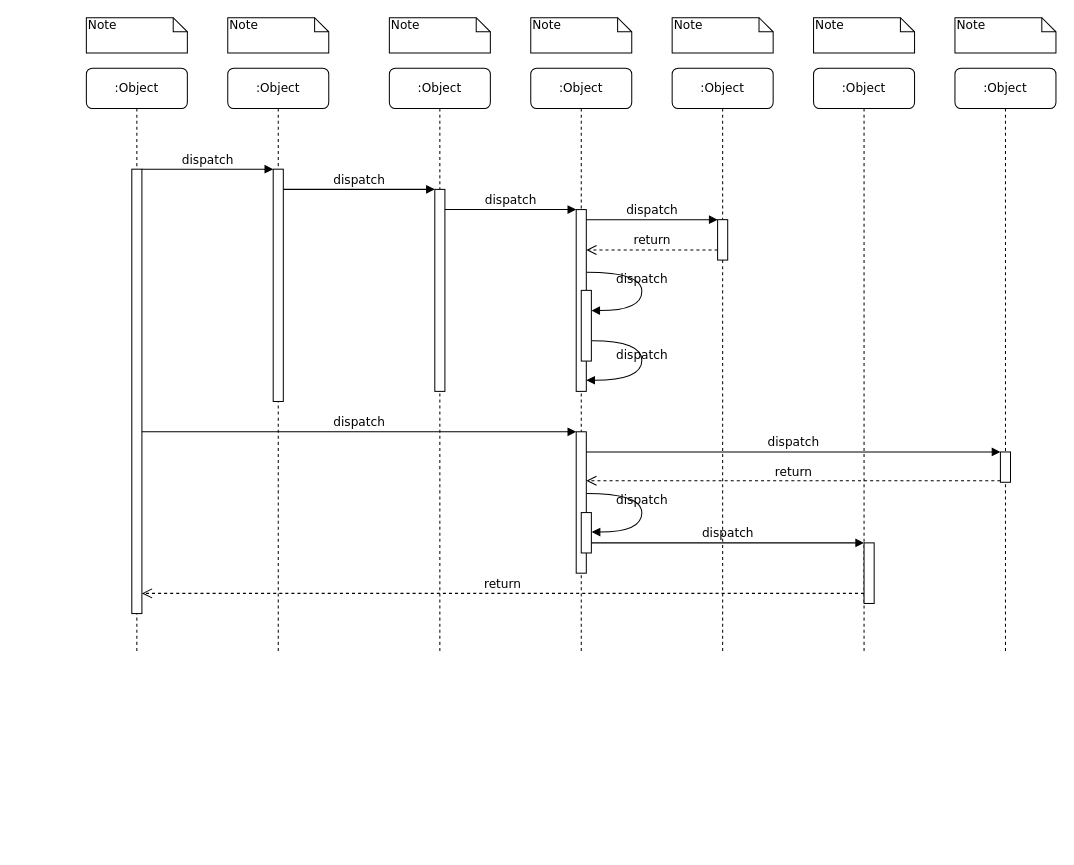
This is 中文在线机审时序图.drawio from FataliBud/draw.io, a draw.io file, before an edit. Source tidied: cells renumbered, new cells numbered last; positions are measured from the earlier drawing's top-left corner, leaving out a move shared by most shapes. Both pictures are drawn from the tidied source at 101%, with x=0, y=0 at pixel (86, 17).
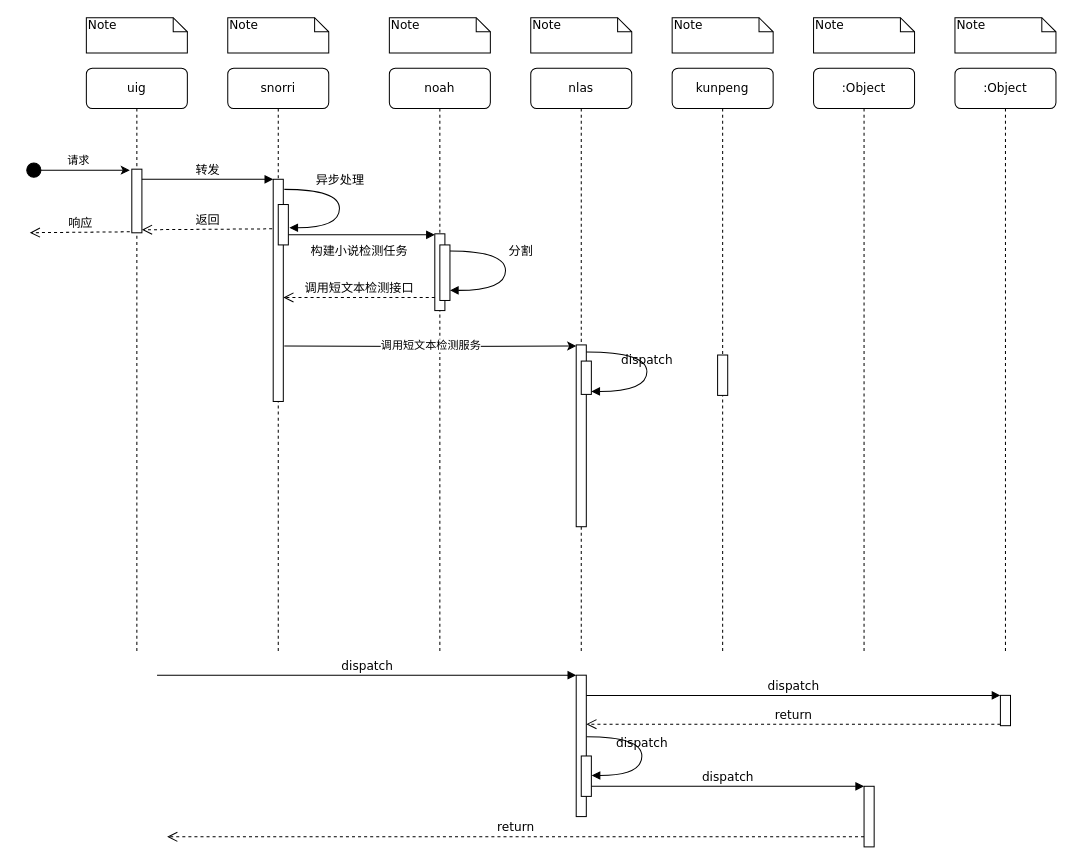
The same diagram, later.

Commit message (it also covers changes not shown here):
Update 中文在线机审时序图.drawio

Change to the diagram source:
```diff
@@
-    <mxCell id="2" value=":Object" style="shape=umlLifeline;perimeter=lifelinePerimeter;whiteSpace=wrap;html=1;rounded=1;shadow=0;comic=0;labelBackgroundColor=none;strokeWidth=1;fontFamily=Verdana;fontSize=12;align=center;" parent="1" vertex="1">
+    <mxCell id="2" value="snorri" style="shape=umlLifeline;perimeter=lifelinePerimeter;whiteSpace=wrap;html=1;rounded=1;shadow=0;comic=0;labelBackgroundColor=none;strokeWidth=1;fontFamily=Verdana;fontSize=12;align=center;" parent="1" vertex="1">
       <mxGeometry x="140" y="50" width="100" height="580" as="geometry" />
     </mxCell>
     <mxCell id="3" style="html=1;points=[];perimeter=orthogonalPerimeter;rounded=0;shadow=0;comic=0;labelBackgroundColor=none;strokeWidth=1;fontFamily=Verdana;fontSize=12;align=center;" parent="2" vertex="1">
-      <mxGeometry x="45" y="100" width="10" height="230" as="geometry" />
+      <mxGeometry x="45" y="110" width="10" height="220" as="geometry" />
     </mxCell>
-    <mxCell id="4" value=":Object" style="shape=umlLifeline;perimeter=lifelinePerimeter;whiteSpace=wrap;html=1;rounded=1;shadow=0;comic=0;labelBackgroundColor=none;strokeWidth=1;fontFamily=Verdana;fontSize=12;align=center;" parent="1" vertex="1">
+    <mxCell id="4" value="noah" style="shape=umlLifeline;perimeter=lifelinePerimeter;whiteSpace=wrap;html=1;rounded=1;shadow=0;comic=0;labelBackgroundColor=none;strokeWidth=1;fontFamily=Verdana;fontSize=12;align=center;" parent="1" vertex="1">
       <mxGeometry x="300" y="50" width="100" height="580" as="geometry" />
     </mxCell>
     <mxCell id="5" style="html=1;points=[];perimeter=orthogonalPerimeter;rounded=0;shadow=0;comic=0;labelBackgroundColor=none;strokeWidth=1;fontFamily=Verdana;fontSize=12;align=center;" parent="4" vertex="1">
-      <mxGeometry x="45" y="120" width="10" height="200" as="geometry" />
+      <mxGeometry x="45" y="164" width="10" height="76" as="geometry" />
     </mxCell>
-    <mxCell id="6" value=":Object" style="shape=umlLifeline;perimeter=lifelinePerimeter;whiteSpace=wrap;html=1;rounded=1;shadow=0;comic=0;labelBackgroundColor=none;strokeWidth=1;fontFamily=Verdana;fontSize=12;align=center;" parent="1" vertex="1">
+    <mxCell id="6" value="nlas" style="shape=umlLifeline;perimeter=lifelinePerimeter;whiteSpace=wrap;html=1;rounded=1;shadow=0;comic=0;labelBackgroundColor=none;strokeWidth=1;fontFamily=Verdana;fontSize=12;align=center;" parent="1" vertex="1">
       <mxGeometry x="440" y="50" width="100" height="580" as="geometry" />
     </mxCell>
-    <mxCell id="7" value=":Object" style="shape=umlLifeline;perimeter=lifelinePerimeter;whiteSpace=wrap;html=1;rounded=1;shadow=0;comic=0;labelBackgroundColor=none;strokeWidth=1;fontFamily=Verdana;fontSize=12;align=center;" parent="1" vertex="1">
+    <mxCell id="7" value="kunpeng" style="shape=umlLifeline;perimeter=lifelinePerimeter;whiteSpace=wrap;html=1;rounded=1;shadow=0;comic=0;labelBackgroundColor=none;strokeWidth=1;fontFamily=Verdana;fontSize=12;align=center;" parent="1" vertex="1">
       <mxGeometry x="580" y="50" width="100" height="580" as="geometry" />
     </mxCell>
@@
-    <mxCell id="10" value=":Object" style="shape=umlLifeline;perimeter=lifelinePerimeter;whiteSpace=wrap;html=1;rounded=1;shadow=0;comic=0;labelBackgroundColor=none;strokeWidth=1;fontFamily=Verdana;fontSize=12;align=center;" parent="1" vertex="1">
+    <mxCell id="10" value="uig" style="shape=umlLifeline;perimeter=lifelinePerimeter;whiteSpace=wrap;html=1;rounded=1;shadow=0;comic=0;labelBackgroundColor=none;strokeWidth=1;fontFamily=Verdana;fontSize=12;align=center;" parent="1" vertex="1">
       <mxGeometry y="50" width="100" height="580" as="geometry" />
     </mxCell>
     <mxCell id="11" style="html=1;points=[];perimeter=orthogonalPerimeter;rounded=0;shadow=0;comic=0;labelBackgroundColor=none;strokeWidth=1;fontFamily=Verdana;fontSize=12;align=center;" parent="10" vertex="1">
-      <mxGeometry x="45" y="100" width="10" height="440" as="geometry" />
+      <mxGeometry x="45" y="100" width="10" height="63" as="geometry" />
     </mxCell>
     <mxCell id="12" style="html=1;points=[];perimeter=orthogonalPerimeter;rounded=0;shadow=0;comic=0;labelBackgroundColor=none;strokeWidth=1;fontFamily=Verdana;fontSize=12;align=center;" parent="1" vertex="1">
-      <mxGeometry x="485" y="190" width="10" height="180" as="geometry" />
+      <mxGeometry x="485" y="324" width="10" height="180" as="geometry" />
     </mxCell>
-    <mxCell id="13" value="dispatch" style="html=1;verticalAlign=bottom;endArrow=block;labelBackgroundColor=none;fontFamily=Verdana;fontSize=12;edgeStyle=elbowEdgeStyle;elbow=vertical;" parent="1" edge="1" source="5" target="12">
-      <mxGeometry relative="1" as="geometry">
-        <Array as="points">
-          <mxPoint x="360" y="190" />
-        </Array>
-      </mxGeometry>
-    </mxCell>
     <mxCell id="14" style="html=1;points=[];perimeter=orthogonalPerimeter;rounded=0;shadow=0;comic=0;labelBackgroundColor=none;strokeWidth=1;fontFamily=Verdana;fontSize=12;align=center;" parent="1" vertex="1">
-      <mxGeometry x="625" y="200" width="10" height="40" as="geometry" />
+      <mxGeometry x="625" y="334" width="10" height="40" as="geometry" />
     </mxCell>
-    <mxCell id="15" value="dispatch" style="html=1;verticalAlign=bottom;endArrow=block;entryX=0;entryY=0;labelBackgroundColor=none;fontFamily=Verdana;fontSize=12;edgeStyle=elbowEdgeStyle;elbow=vertical;" parent="1" edge="1" source="12" target="14">
-      <mxGeometry relative="1" as="geometry" />
-    </mxCell>
-    <mxCell id="16" value="return" style="html=1;verticalAlign=bottom;endArrow=open;dashed=1;endSize=8;labelBackgroundColor=none;fontFamily=Verdana;fontSize=12;edgeStyle=elbowEdgeStyle;elbow=vertical;" parent="1" edge="1" source="14" target="12">
-      <mxGeometry relative="1" as="geometry">
-        <Array as="points">
-          <mxPoint x="570" y="230" />
-          <mxPoint x="600" y="230" />
-        </Array>
-      </mxGeometry>
-    </mxCell>
     <mxCell id="17" style="html=1;points=[];perimeter=orthogonalPerimeter;rounded=0;shadow=0;comic=0;labelBackgroundColor=none;strokeWidth=1;fontFamily=Verdana;fontSize=12;align=center;" parent="1" vertex="1">
-      <mxGeometry x="485" y="410" width="10" height="140" as="geometry" />
+      <mxGeometry x="485" y="651" width="10" height="140" as="geometry" />
     </mxCell>
-    <mxCell id="18" value="dispatch" style="html=1;verticalAlign=bottom;endArrow=block;entryX=0;entryY=0;labelBackgroundColor=none;fontFamily=Verdana;fontSize=12;" parent="1" edge="1" source="11" target="17">
-      <mxGeometry relative="1" as="geometry" />
+    <mxCell id="18" value="dispatch" style="html=1;verticalAlign=bottom;endArrow=block;entryX=0;entryY=0;labelBackgroundColor=none;fontFamily=Verdana;fontSize=12;" parent="1" edge="1" target="17">
+      <mxGeometry relative="1" as="geometry">
+        <mxPoint x="70" y="651" as="sourcePoint" />
+      </mxGeometry>
     </mxCell>
     <mxCell id="19" style="html=1;points=[];perimeter=orthogonalPerimeter;rounded=0;shadow=0;comic=0;labelBackgroundColor=none;strokeColor=#000000;strokeWidth=1;fillColor=#FFFFFF;fontFamily=Verdana;fontSize=12;fontColor=#000000;align=center;" parent="1" vertex="1">
-      <mxGeometry x="905" y="430" width="10" height="30" as="geometry" />
+      <mxGeometry x="905" y="671" width="10" height="30" as="geometry" />
     </mxCell>
@@
     <mxCell id="22" style="html=1;points=[];perimeter=orthogonalPerimeter;rounded=0;shadow=0;comic=0;labelBackgroundColor=none;strokeWidth=1;fontFamily=Verdana;fontSize=12;align=center;" parent="1" vertex="1">
-      <mxGeometry x="770" y="520" width="10" height="60" as="geometry" />
+      <mxGeometry x="770" y="761" width="10" height="60" as="geometry" />
     </mxCell>
@@
-    <mxCell id="24" value="return" style="html=1;verticalAlign=bottom;endArrow=open;dashed=1;endSize=8;labelBackgroundColor=none;fontFamily=Verdana;fontSize=12;edgeStyle=elbowEdgeStyle;elbow=vertical;" parent="1" edge="1" source="22" target="11">
+    <mxCell id="24" value="return" style="html=1;verticalAlign=bottom;endArrow=open;dashed=1;endSize=8;labelBackgroundColor=none;fontFamily=Verdana;fontSize=12;edgeStyle=elbowEdgeStyle;elbow=vertical;" parent="1" edge="1" source="22">
       <mxGeometry relative="1" as="geometry">
+        <mxPoint x="80" y="811" as="targetPoint" />
         <Array as="points">
-          <mxPoint x="470" y="570" />
+          <mxPoint x="470" y="811" />
         </Array>
       </mxGeometry>
     </mxCell>
-    <mxCell id="25" value="dispatch" style="html=1;verticalAlign=bottom;endArrow=block;entryX=0;entryY=0;labelBackgroundColor=none;fontFamily=Verdana;fontSize=12;edgeStyle=elbowEdgeStyle;elbow=vertical;" parent="1" edge="1" source="11" target="3">
-      <mxGeometry relative="1" as="geometry" />
+    <mxCell id="25" value="转发" style="html=1;verticalAlign=bottom;endArrow=block;entryX=0;entryY=0;labelBackgroundColor=none;fontFamily=Verdana;fontSize=12;edgeStyle=elbowEdgeStyle;elbow=vertical;" parent="1" edge="1">
+      <mxGeometry relative="1" as="geometry">
+        <mxPoint x="55" y="160" as="sourcePoint" />
+        <mxPoint x="185" y="160" as="targetPoint" />
+      </mxGeometry>
     </mxCell>
-    <mxCell id="26" value="dispatch" style="html=1;verticalAlign=bottom;endArrow=block;entryX=0;entryY=0;labelBackgroundColor=none;fontFamily=Verdana;fontSize=12;edgeStyle=elbowEdgeStyle;elbow=vertical;" parent="1" edge="1" source="3" target="5">
-      <mxGeometry relative="1" as="geometry" />
+    <mxCell id="26" value="构建小说检测任务" style="html=1;verticalAlign=bottom;endArrow=block;entryX=0;entryY=0;labelBackgroundColor=none;fontFamily=Verdana;fontSize=12;edgeStyle=elbowEdgeStyle;elbow=vertical;" parent="1" edge="1">
+      <mxGeometry y="-25" relative="1" as="geometry">
+        <mxPoint x="195" y="215" as="sourcePoint" />
+        <mxPoint x="345" y="215" as="targetPoint" />
+      </mxGeometry>
     </mxCell>
     <mxCell id="27" style="html=1;points=[];perimeter=orthogonalPerimeter;rounded=0;shadow=0;comic=0;labelBackgroundColor=none;strokeWidth=1;fontFamily=Verdana;fontSize=12;align=center;" parent="1" vertex="1">
-      <mxGeometry x="490" y="270" width="10" height="70" as="geometry" />
+      <mxGeometry x="490" y="340" width="10" height="33" as="geometry" />
     </mxCell>
-    <mxCell id="28" value="dispatch" style="html=1;verticalAlign=bottom;endArrow=block;labelBackgroundColor=none;fontFamily=Verdana;fontSize=12;elbow=vertical;edgeStyle=orthogonalEdgeStyle;curved=1;entryX=1;entryY=0.286;entryPerimeter=0;exitX=1.038;exitY=0.345;exitPerimeter=0;" parent="1" edge="1" source="12" target="27">
-      <mxGeometry relative="1" as="geometry">
-        <Array as="points">
-          <mxPoint x="550" y="252" />
-          <mxPoint x="550" y="290" />
-        </Array>
-      </mxGeometry>
-    </mxCell>
-    <mxCell id="29" value="dispatch" style="html=1;verticalAlign=bottom;endArrow=block;labelBackgroundColor=none;fontFamily=Verdana;fontSize=12;elbow=vertical;edgeStyle=orthogonalEdgeStyle;curved=1;exitX=1.066;exitY=0.713;exitPerimeter=0;" parent="1" edge="1" source="27">
+    <mxCell id="29" value="dispatch" style="html=1;verticalAlign=bottom;endArrow=block;labelBackgroundColor=none;fontFamily=Verdana;fontSize=12;elbow=vertical;edgeStyle=orthogonalEdgeStyle;curved=1;exitX=1;exitY=0.039;exitPerimeter=0;exitDx=0;exitDy=0;" parent="1" edge="1" source="12">
       <mxGeometry relative="1" as="geometry">
-        <mxPoint x="495" y="359" as="targetPoint" />
+        <mxPoint x="500" y="370.1" as="targetPoint" />
         <Array as="points">
-          <mxPoint x="550" y="320" />
-          <mxPoint x="550" y="359" />
+          <mxPoint x="555" y="331" />
+          <mxPoint x="555" y="370" />
         </Array>
       </mxGeometry>
     </mxCell>
     <mxCell id="30" style="html=1;points=[];perimeter=orthogonalPerimeter;rounded=0;shadow=0;comic=0;labelBackgroundColor=none;strokeWidth=1;fontFamily=Verdana;fontSize=12;align=center;" parent="1" vertex="1">
-      <mxGeometry x="490" y="490" width="10" height="40" as="geometry" />
+      <mxGeometry x="490" y="731" width="10" height="40" as="geometry" />
     </mxCell>
     <mxCell id="31" value="dispatch" style="html=1;verticalAlign=bottom;endArrow=block;labelBackgroundColor=none;fontFamily=Verdana;fontSize=12;elbow=vertical;edgeStyle=orthogonalEdgeStyle;curved=1;entryX=1;entryY=0.286;entryPerimeter=0;exitX=1.038;exitY=0.345;exitPerimeter=0;" parent="1" edge="1">
       <mxGeometry relative="1" as="geometry">
-        <mxPoint x="495.3" y="471" as="sourcePoint" />
-        <mxPoint x="500.3" y="509.3" as="targetPoint" />
+        <mxPoint x="495.3" y="712" as="sourcePoint" />
+        <mxPoint x="500.3" y="750.3" as="targetPoint" />
         <Array as="points">
-          <mxPoint x="550" y="471" />
-          <mxPoint x="550" y="509" />
+          <mxPoint x="550" y="712" />
+          <mxPoint x="550" y="750" />
         </Array>
       </mxGeometry>
     </mxCell>
@@
+    <mxCell id="39" style="endArrow=classic;html=1;startArrow=circle;startFill=1;" parent="1" edge="1">
+      <mxGeometry relative="1" as="geometry">
+        <mxPoint x="-60" y="151" as="sourcePoint" />
+        <mxPoint x="43" y="151" as="targetPoint" />
+      </mxGeometry>
+    </mxCell>
+    <mxCell id="40" value="请求" style="edgeLabel;html=1;align=center;verticalAlign=middle;" parent="39" vertex="1">
+      <mxGeometry x="-0.01" relative="1" as="geometry">
+        <mxPoint y="-11" as="offset" />
+      </mxGeometry>
+    </mxCell>
+    <mxCell id="41" value="异步处理" style="html=1;verticalAlign=bottom;endArrow=block;labelBackgroundColor=none;fontFamily=Verdana;fontSize=12;elbow=vertical;edgeStyle=orthogonalEdgeStyle;curved=1;exitX=1.038;exitY=0.345;exitPerimeter=0;" parent="1" edge="1">
+      <mxGeometry x="-0.23" relative="1" as="geometry">
+        <mxPoint x="196" y="170" as="sourcePoint" />
+        <mxPoint x="201" y="208" as="targetPoint" />
+        <Array as="points">
+          <mxPoint x="250.6" y="169.9" />
+          <mxPoint x="250.6" y="207.9" />
+        </Array>
+      </mxGeometry>
+    </mxCell>
+    <mxCell id="42" value="返回" style="html=1;verticalAlign=bottom;endArrow=open;dashed=1;endSize=8;labelBackgroundColor=none;fontFamily=Verdana;fontSize=12;edgeStyle=elbowEdgeStyle;elbow=vertical;exitX=-0.1;exitY=0.223;exitDx=0;exitDy=0;exitPerimeter=0;" parent="1" edge="1" source="3">
+      <mxGeometry relative="1" as="geometry">
+        <mxPoint x="55" y="210" as="targetPoint" />
+        <Array as="points">
+          <mxPoint x="150" y="210" />
+          <mxPoint x="310" y="220" />
+        </Array>
+      </mxGeometry>
+    </mxCell>
+    <mxCell id="43" value="响应" style="html=1;verticalAlign=bottom;endArrow=open;dashed=1;endSize=8;labelBackgroundColor=none;fontFamily=Verdana;fontSize=12;edgeStyle=elbowEdgeStyle;elbow=vertical;exitX=-0.1;exitY=0.223;exitDx=0;exitDy=0;exitPerimeter=0;" parent="1" edge="1">
+      <mxGeometry relative="1" as="geometry">
+        <mxPoint x="43" y="212" as="sourcePoint" />
+        <mxPoint x="-56" y="213" as="targetPoint" />
+        <Array as="points">
+          <mxPoint x="9" y="212.9" />
+          <mxPoint x="169" y="222.9" />
+        </Array>
+      </mxGeometry>
+    </mxCell>
+    <mxCell id="44" style="html=1;perimeter=orthogonalPerimeter;rounded=0;shadow=0;comic=0;labelBackgroundColor=none;strokeWidth=1;fontFamily=Verdana;fontSize=12;align=center;" parent="1" vertex="1">
+      <mxGeometry x="190" y="185" width="10" height="40" as="geometry" />
+    </mxCell>
+    <mxCell id="45" style="html=1;points=[];perimeter=orthogonalPerimeter;rounded=0;shadow=0;comic=0;labelBackgroundColor=none;strokeWidth=1;fontFamily=Verdana;fontSize=12;align=center;" parent="1" vertex="1">
+      <mxGeometry x="350" y="225" width="10" height="55" as="geometry" />
+    </mxCell>
+    <mxCell id="46" value="分割" style="html=1;verticalAlign=bottom;endArrow=block;labelBackgroundColor=none;fontFamily=Verdana;fontSize=12;elbow=vertical;edgeStyle=orthogonalEdgeStyle;curved=1;exitX=1;exitY=0.109;exitPerimeter=0;exitDx=0;exitDy=0;" parent="1" edge="1" source="45">
+      <mxGeometry x="-0.14" y="15" relative="1" as="geometry">
+        <mxPoint x="360" y="270" as="targetPoint" />
+        <Array as="points">
+          <mxPoint x="415" y="231" />
+          <mxPoint x="415" y="270" />
+        </Array>
+      </mxGeometry>
+    </mxCell>
+    <mxCell id="47" value="调用短文本检测接口" style="html=1;verticalAlign=bottom;endArrow=open;dashed=1;endSize=8;labelBackgroundColor=none;fontFamily=Verdana;fontSize=12;edgeStyle=elbowEdgeStyle;elbow=vertical;" parent="1" edge="1">
+      <mxGeometry relative="1" as="geometry">
+        <mxPoint x="345" y="277" as="sourcePoint" />
+        <mxPoint x="195" y="277" as="targetPoint" />
+      </mxGeometry>
+    </mxCell>
+    <mxCell id="48" value="调用短文本检测服务" style="edgeStyle=orthogonalEdgeStyle;rounded=0;jettySize=auto;html=1;startArrow=none;startFill=0;entryX=0;entryY=0.006;entryDx=0;entryDy=0;entryPerimeter=0;" parent="1" edge="1" target="12">
+      <mxGeometry relative="1" as="geometry">
+        <mxPoint x="196" y="325" as="sourcePoint" />
+      </mxGeometry>
+    </mxCell>
```
